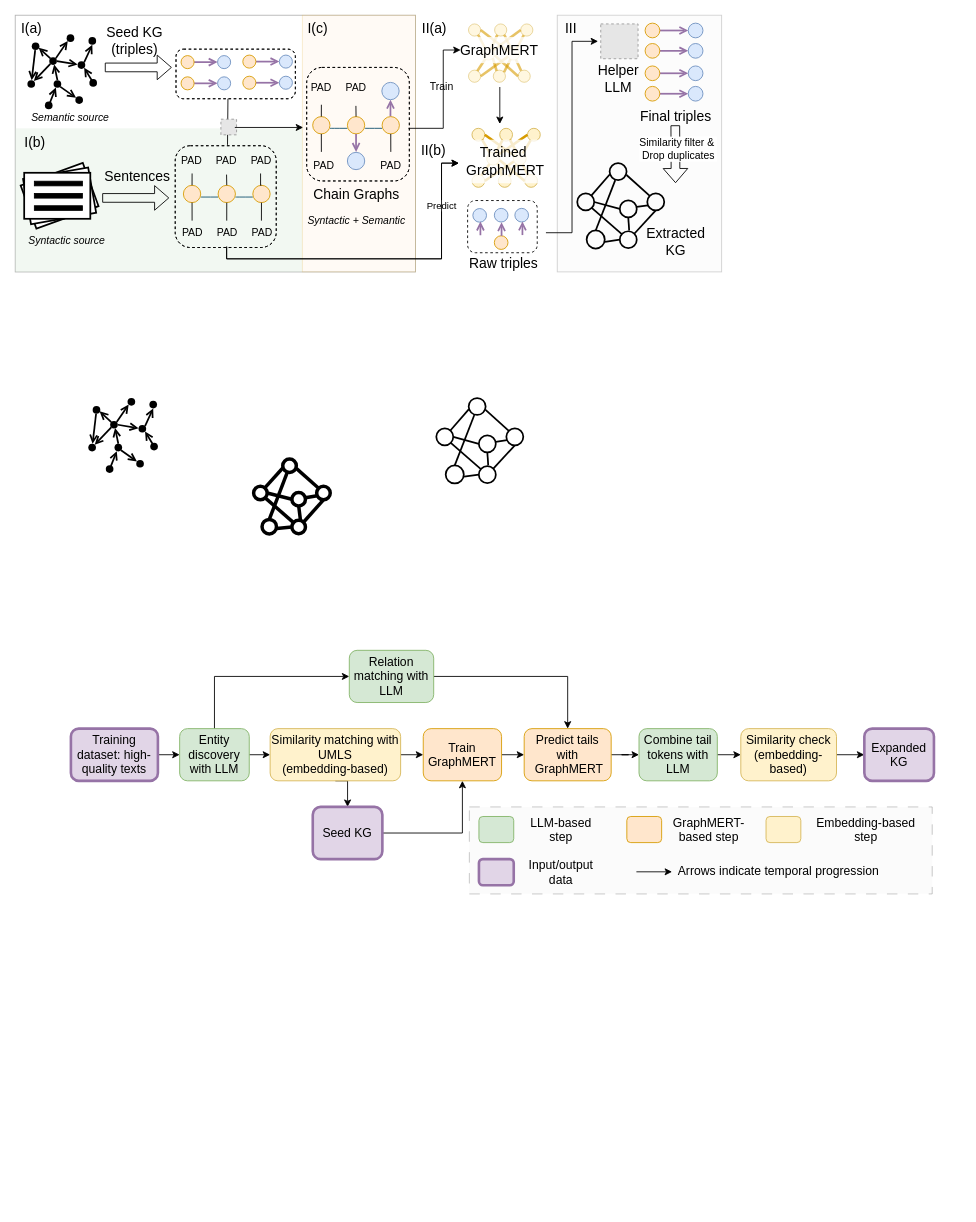
Above: page "methodology" (4 of 6) of presentations/pipeline.drawio in across-stars/draw.io (draw.io), before the change. Source tidied: cells renumbered, new cells numbered last; positions are measured from the earlier drawing's top-left corner, leaving out a move shared by most shapes. Both pictures are drawn from the tidied source at 87%, with x=0, y=0 at pixel (15, 15). Pictures stored in the file or linked from it are replaced by grey dashed boxes.
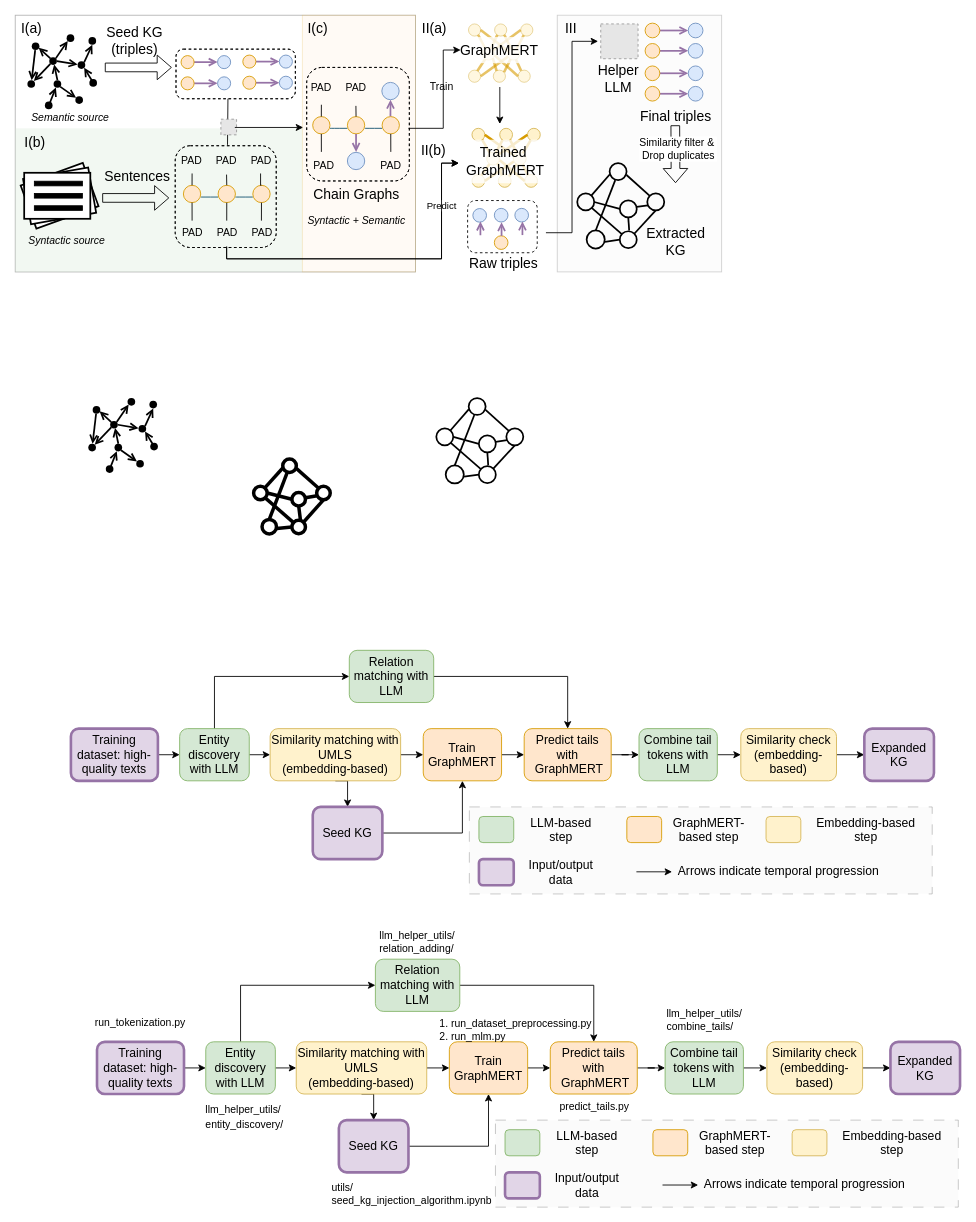
The same page after the edit.

Diff of the diagram source:
```diff
@@
+    <mxCell id="302" style="rounded=0;whiteSpace=wrap;html=1;dashed=1;dashPattern=12 12;fillColor=#f5f5f5;fontColor=#333333;strokeColor=#666666;opacity=40;fontSize=14;" parent="1" vertex="1">
+      <mxGeometry x="552" y="1270" width="532" height="100" as="geometry" />
+    </mxCell>
+    <mxCell id="303" style="edgeStyle=orthogonalEdgeStyle;rounded=0;jettySize=auto;html=1;exitX=1;exitY=0.5;exitDx=0;exitDy=0;entryX=0;entryY=0.5;entryDx=0;entryDy=0;fontSize=14;" parent="1" edge="1" source="304" target="306">
+      <mxGeometry relative="1" as="geometry" />
+    </mxCell>
+    <mxCell id="304" value="&lt;font&gt;Train&lt;/font&gt;&lt;div&gt;&lt;font&gt;GraphMERT&lt;/font&gt;&lt;/div&gt;" style="rounded=1;whiteSpace=wrap;html=1;fillColor=#ffe6cc;strokeColor=#d79b00;fontSize=14;" parent="1" vertex="1">
+      <mxGeometry x="499" y="1180" width="90" height="60" as="geometry" />
+    </mxCell>
+    <mxCell id="305" style="edgeStyle=orthogonalEdgeStyle;rounded=0;jettySize=auto;html=1;exitX=1;exitY=0.5;exitDx=0;exitDy=0;fontSize=14;" parent="1" edge="1" source="306" target="308">
+      <mxGeometry relative="1" as="geometry" />
+    </mxCell>
+    <mxCell id="306" value="&lt;font&gt;Predict tails with&lt;/font&gt;&lt;div&gt;&lt;font&gt;&amp;nbsp;&lt;/font&gt;&lt;span&gt;GraphMERT&lt;/span&gt;&lt;/div&gt;" style="rounded=1;whiteSpace=wrap;html=1;fillColor=#ffe6cc;strokeColor=#d79b00;fontSize=14;" parent="1" vertex="1">
+      <mxGeometry x="615" y="1180" width="100" height="60" as="geometry" />
+    </mxCell>
+    <mxCell id="307" style="edgeStyle=orthogonalEdgeStyle;rounded=0;jettySize=auto;html=1;exitX=1;exitY=0.5;exitDx=0;exitDy=0;entryX=0;entryY=0.5;entryDx=0;entryDy=0;fontSize=14;" parent="1" edge="1" source="308" target="310">
+      <mxGeometry relative="1" as="geometry" />
+    </mxCell>
+    <mxCell id="308" value="&lt;font&gt;Combine tail tokens with LLM&lt;/font&gt;" style="rounded=1;whiteSpace=wrap;html=1;fillColor=#d5e8d4;strokeColor=#82b366;fontSize=14;" parent="1" vertex="1">
+      <mxGeometry x="747" y="1180" width="90" height="60" as="geometry" />
+    </mxCell>
+    <mxCell id="309" style="edgeStyle=orthogonalEdgeStyle;rounded=0;jettySize=auto;html=1;exitX=1;exitY=0.5;exitDx=0;exitDy=0;entryX=0;entryY=0.5;entryDx=0;entryDy=0;fontSize=14;" parent="1" edge="1" source="310" target="311">
+      <mxGeometry relative="1" as="geometry" />
+    </mxCell>
+    <mxCell id="310" value="&lt;font&gt;Similarity check (embedding-based)&lt;/font&gt;" style="rounded=1;whiteSpace=wrap;html=1;fillColor=#fff2cc;strokeColor=#d6b656;fontSize=14;" parent="1" vertex="1">
+      <mxGeometry x="864" y="1180" width="110" height="60" as="geometry" />
+    </mxCell>
+    <mxCell id="311" value="&lt;font&gt;Expanded KG&lt;/font&gt;" style="rounded=1;whiteSpace=wrap;html=1;fillColor=#e1d5e7;strokeColor=#9673a6;strokeWidth=3;fontSize=14;" parent="1" vertex="1">
+      <mxGeometry x="1006" y="1180" width="80" height="60" as="geometry" />
+    </mxCell>
+    <mxCell id="312" style="edgeStyle=orthogonalEdgeStyle;rounded=0;jettySize=auto;html=1;exitX=1;exitY=0.5;exitDx=0;exitDy=0;entryX=0;entryY=0.5;entryDx=0;entryDy=0;fontSize=14;" parent="1" edge="1" source="314" target="304">
+      <mxGeometry relative="1" as="geometry" />
+    </mxCell>
+    <mxCell id="313" style="edgeStyle=orthogonalEdgeStyle;rounded=0;jettySize=auto;html=1;exitX=0.5;exitY=1;exitDx=0;exitDy=0;entryX=0.5;entryY=0;entryDx=0;entryDy=0;fontSize=14;" parent="1" edge="1" source="314" target="321">
+      <mxGeometry relative="1" as="geometry" />
+    </mxCell>
+    <mxCell id="314" value="&lt;font&gt;Similarity matching with UMLS&lt;/font&gt;&lt;div&gt;&lt;font&gt;&lt;span&gt;(embedding-based)&lt;/span&gt;&lt;br&gt;&lt;/font&gt;&lt;/div&gt;" style="rounded=1;whiteSpace=wrap;html=1;fillColor=#fff2cc;strokeColor=#d6b656;fontSize=14;" parent="1" vertex="1">
+      <mxGeometry x="323" y="1180" width="150" height="60" as="geometry" />
+    </mxCell>
+    <mxCell id="315" style="edgeStyle=orthogonalEdgeStyle;rounded=0;jettySize=auto;html=1;exitX=1;exitY=0.5;exitDx=0;exitDy=0;entryX=0;entryY=0.5;entryDx=0;entryDy=0;fontSize=14;" parent="1" edge="1" source="317" target="314">
+      <mxGeometry relative="1" as="geometry" />
+    </mxCell>
+    <mxCell id="316" style="edgeStyle=orthogonalEdgeStyle;rounded=0;jettySize=auto;html=1;exitX=0.5;exitY=0;exitDx=0;exitDy=0;entryX=0;entryY=0.5;entryDx=0;entryDy=0;fontSize=14;" parent="1" edge="1" source="317" target="323">
+      <mxGeometry relative="1" as="geometry" />
+    </mxCell>
+    <mxCell id="317" value="&lt;font&gt;Entity discovery with LLM&lt;/font&gt;" style="rounded=1;whiteSpace=wrap;html=1;fillColor=#d5e8d4;strokeColor=#82b366;fontSize=14;" parent="1" vertex="1">
+      <mxGeometry x="219" y="1180" width="80" height="60" as="geometry" />
+    </mxCell>
+    <mxCell id="318" style="edgeStyle=orthogonalEdgeStyle;rounded=0;jettySize=auto;html=1;exitX=1;exitY=0.5;exitDx=0;exitDy=0;entryX=0;entryY=0.5;entryDx=0;entryDy=0;fontSize=14;" parent="1" edge="1" source="319" target="317">
+      <mxGeometry relative="1" as="geometry" />
+    </mxCell>
+    <mxCell id="319" value="&lt;font&gt;Training dataset: high-quality texts&lt;/font&gt;" style="rounded=1;whiteSpace=wrap;html=1;fillColor=#e1d5e7;strokeColor=#9673a6;strokeWidth=3;fontSize=14;" parent="1" vertex="1">
+      <mxGeometry x="94" y="1180" width="100" height="60" as="geometry" />
+    </mxCell>
+    <mxCell id="320" style="edgeStyle=orthogonalEdgeStyle;rounded=0;jettySize=auto;html=1;exitX=1;exitY=0.5;exitDx=0;exitDy=0;fontSize=14;" parent="1" edge="1" source="321" target="304">
+      <mxGeometry relative="1" as="geometry" />
+    </mxCell>
+    <mxCell id="321" value="&lt;font&gt;Seed KG&lt;/font&gt;" style="rounded=1;whiteSpace=wrap;html=1;fillColor=#e1d5e7;strokeColor=#9673a6;strokeWidth=3;fontSize=14;" parent="1" vertex="1">
+      <mxGeometry x="372" y="1270" width="80" height="60" as="geometry" />
+    </mxCell>
+    <mxCell id="322" style="edgeStyle=orthogonalEdgeStyle;rounded=0;jettySize=auto;html=1;exitX=1;exitY=0.5;exitDx=0;exitDy=0;entryX=0.5;entryY=0;entryDx=0;entryDy=0;fontSize=14;" parent="1" edge="1" source="323" target="306">
+      <mxGeometry relative="1" as="geometry" />
+    </mxCell>
+    <mxCell id="323" value="&lt;font&gt;Relation matching with LLM&lt;/font&gt;" style="rounded=1;whiteSpace=wrap;html=1;fillColor=#d5e8d4;strokeColor=#82b366;fontSize=14;" parent="1" vertex="1">
+      <mxGeometry x="414" y="1085" width="97" height="60" as="geometry" />
+    </mxCell>
+    <mxCell id="324" style="rounded=1;whiteSpace=wrap;html=1;fillColor=#d5e8d4;strokeColor=#82b366;fontSize=14;" parent="1" vertex="1">
+      <mxGeometry x="563" y="1281" width="40" height="30" as="geometry" />
+    </mxCell>
+    <mxCell id="325" value="&lt;font&gt;LLM-based step&lt;/font&gt;" style="text;html=1;align=center;verticalAlign=middle;whiteSpace=wrap;rounded=0;fontSize=14;" parent="1" vertex="1">
+      <mxGeometry x="607" y="1281" width="101" height="30" as="geometry" />
+    </mxCell>
+    <mxCell id="326" style="rounded=1;whiteSpace=wrap;html=1;fillColor=#ffe6cc;strokeColor=#d79b00;fontSize=14;" parent="1" vertex="1">
+      <mxGeometry x="733" y="1281" width="40" height="30" as="geometry" />
+    </mxCell>
+    <mxCell id="327" value="&lt;font&gt;&lt;font&gt;GraphMERT-based step&lt;/font&gt;&lt;/font&gt;" style="text;html=1;align=center;verticalAlign=middle;whiteSpace=wrap;rounded=0;fontSize=14;" parent="1" vertex="1">
+      <mxGeometry x="777" y="1281" width="101" height="30" as="geometry" />
+    </mxCell>
+    <mxCell id="328" style="rounded=1;whiteSpace=wrap;html=1;fillColor=#fff2cc;strokeColor=#d6b656;fontSize=14;" parent="1" vertex="1">
+      <mxGeometry x="893" y="1281" width="40" height="30" as="geometry" />
+    </mxCell>
+    <mxCell id="329" value="&lt;font&gt;Embedding-based step&lt;/font&gt;" style="text;html=1;align=center;verticalAlign=middle;whiteSpace=wrap;rounded=0;fontSize=14;" parent="1" vertex="1">
+      <mxGeometry x="936" y="1281" width="144" height="30" as="geometry" />
+    </mxCell>
+    <mxCell id="330" style="rounded=1;whiteSpace=wrap;html=1;fillColor=#e1d5e7;strokeColor=#9673a6;strokeWidth=3;fontSize=14;" parent="1" vertex="1">
+      <mxGeometry x="563" y="1330" width="40" height="30" as="geometry" />
+    </mxCell>
+    <mxCell id="331" value="&lt;font&gt;Input/output data&lt;/font&gt;" style="text;html=1;align=center;verticalAlign=middle;whiteSpace=wrap;rounded=0;fontSize=14;" parent="1" vertex="1">
+      <mxGeometry x="607" y="1330" width="101" height="30" as="geometry" />
+    </mxCell>
+    <mxCell id="332" value="&lt;font&gt;Arrows indicate temporal progression&lt;/font&gt;" style="text;html=1;align=left;verticalAlign=middle;whiteSpace=wrap;rounded=0;fontSize=14;" parent="1" vertex="1">
+      <mxGeometry x="790" y="1319" width="235" height="50" as="geometry" />
+    </mxCell>
+    <mxCell id="333" style="endArrow=classic;html=1;rounded=0;fontSize=14;" parent="1" edge="1">
+      <mxGeometry relative="1" as="geometry">
+        <mxPoint x="744" y="1344.6" as="sourcePoint" />
+        <mxPoint x="785" y="1344.6" as="targetPoint" />
+      </mxGeometry>
+    </mxCell>
@@
+    <mxCell id="334" value="&lt;font style=&quot;font-size: 12px;&quot;&gt;run_tokenization.py&lt;/font&gt;&lt;div&gt;&lt;br&gt;&lt;/div&gt;" style="text;html=1;whiteSpace=wrap;strokeColor=none;fillColor=none;align=center;verticalAlign=middle;rounded=0;fontSize=14;" parent="258" vertex="1">
+      <mxGeometry x="114" y="1150" width="60" height="30" as="geometry" />
+    </mxCell>
+    <mxCell id="335" value="&lt;div&gt;&lt;span style=&quot;font-size: 12px;&quot;&gt;llm_helper_utils/&lt;/span&gt;&lt;br&gt;&lt;/div&gt;&lt;div&gt;&lt;span style=&quot;font-size: 12px;&quot;&gt;entity_discovery/&lt;/span&gt;&lt;br&gt;&lt;/div&gt;" style="text;html=1;whiteSpace=wrap;strokeColor=none;fillColor=none;align=left;verticalAlign=middle;rounded=0;fontSize=14;" parent="258" vertex="1">
+      <mxGeometry x="216.6" y="1250" width="60" height="30" as="geometry" />
+    </mxCell>
+    <mxCell id="336" value="&lt;div&gt;utils/&lt;/div&gt;seed_kg_injection_algorithm.ipynb" style="text;html=1;whiteSpace=wrap;strokeColor=none;fillColor=none;align=left;verticalAlign=middle;rounded=0;" parent="258" vertex="1">
+      <mxGeometry x="362" y="1340" width="60" height="30" as="geometry" />
+    </mxCell>
+    <mxCell id="337" value="llm_helper_utils/&lt;div&gt;relation_adding/&lt;/div&gt;" style="text;html=1;whiteSpace=wrap;strokeColor=none;fillColor=none;align=left;verticalAlign=middle;rounded=0;" parent="258" vertex="1">
+      <mxGeometry x="417" y="1050" width="60" height="30" as="geometry" />
+    </mxCell>
+    <mxCell id="338" value="&lt;div&gt;1.&amp;nbsp;run_dataset_preprocessing.py&lt;/div&gt;2. run_mlm.py&amp;nbsp;" style="text;html=1;whiteSpace=wrap;strokeColor=none;fillColor=none;align=left;verticalAlign=middle;rounded=0;" parent="258" vertex="1">
+      <mxGeometry x="486" y="1151" width="60" height="30" as="geometry" />
+    </mxCell>
+    <mxCell id="339" value="predict_tails.py&amp;nbsp;" style="text;html=1;whiteSpace=wrap;strokeColor=none;fillColor=none;align=left;verticalAlign=middle;rounded=0;" parent="258" vertex="1">
+      <mxGeometry x="624" y="1240" width="60" height="30" as="geometry" />
+    </mxCell>
+    <mxCell id="340" value="llm_helper_utils/&lt;div&gt;combine_tails/&lt;/div&gt;" style="text;html=1;whiteSpace=wrap;strokeColor=none;fillColor=none;align=left;verticalAlign=middle;rounded=0;" parent="258" vertex="1">
+      <mxGeometry x="747" y="1140" width="60" height="30" as="geometry" />
+    </mxCell>
```
